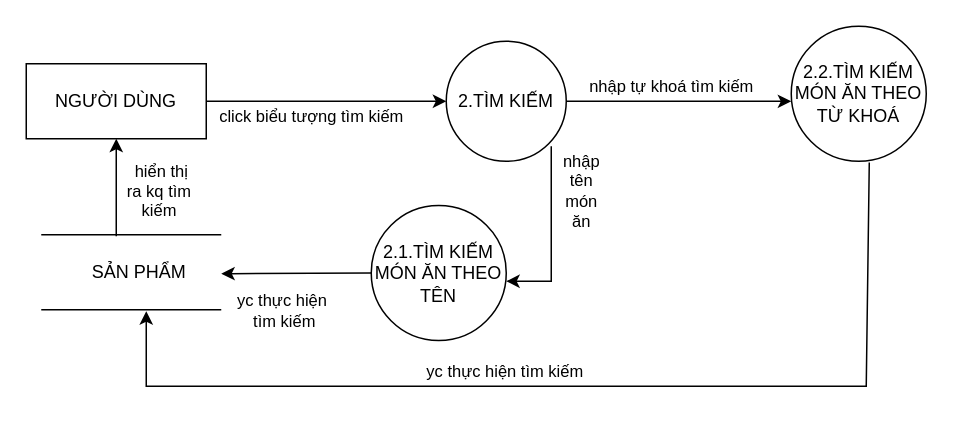
trucka312/diagram keeps this draw.io diagram as page "tìm kiếm" (8 of 11) of Biểu đồ không có tiêu đề.drawio. Above is the earlier version. Source tidied: cells renumbered, new cells numbered last; positions are measured from the earlier drawing's top-left corner, leaving out a move shared by most shapes. Both pictures are drawn from the tidied source at 150%, with x=0, y=0 at pixel (26, 26).
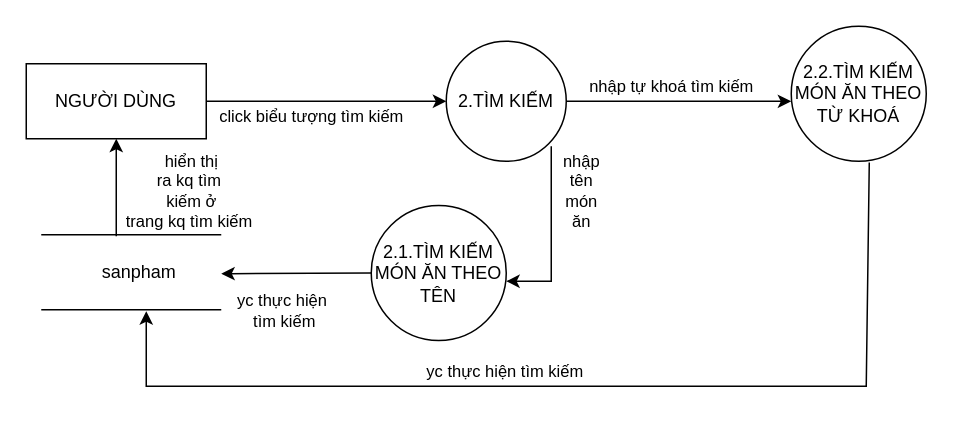
The same page after the edit.

The change refers to these unchanged cells:
```xml
<mxCell id="3" value="NGƯỜI DÙNG" style="rounded=0;whiteSpace=wrap;html=1;" parent="1" vertex="1">
  <mxGeometry y="25" width="120" height="50" as="geometry" />
</mxCell>
```

The edit, as a diff of the source:
```diff
@@
-    <mxCell id="9" value="SẢN PHẨM" style="text;html=1;align=center;verticalAlign=middle;strokeColor=none;fillColor=none;" parent="1" vertex="1">
-      <mxGeometry x="30" y="149" width="90" height="30" as="geometry" />
+    <mxCell id="9" value="sanpham" style="text;html=1;align=center;verticalAlign=middle;strokeColor=none;fillColor=none;" parent="1" vertex="1">
+      <mxGeometry x="40" y="149" width="70" height="30" as="geometry" />
     </mxCell>
@@
-    <mxCell id="11" value="hiển thị &lt;br&gt;ra kq tìm&amp;nbsp;&lt;br&gt;kiếm&amp;nbsp;" style="endArrow=classic;html=1;rounded=0;entryX=0.5;entryY=1;entryDx=0;entryDy=0;" parent="1" edge="1" target="3">
-      <mxGeometry x="-0.08" y="-30" relative="1" as="geometry">
+    <mxCell id="11" value="hiển thị &lt;br&gt;ra kq tìm&amp;nbsp;&lt;br&gt;kiếm ở &lt;br&gt;trang kq tìm kiếm&amp;nbsp;" style="endArrow=classic;html=1;rounded=0;entryX=0.5;entryY=1;entryDx=0;entryDy=0;" parent="1" edge="1" target="3">
+      <mxGeometry x="-0.08" y="-50" relative="1" as="geometry">
         <mxPoint x="60" y="140" as="sourcePoint" />
       </mxGeometry>
     </mxCell>
```
